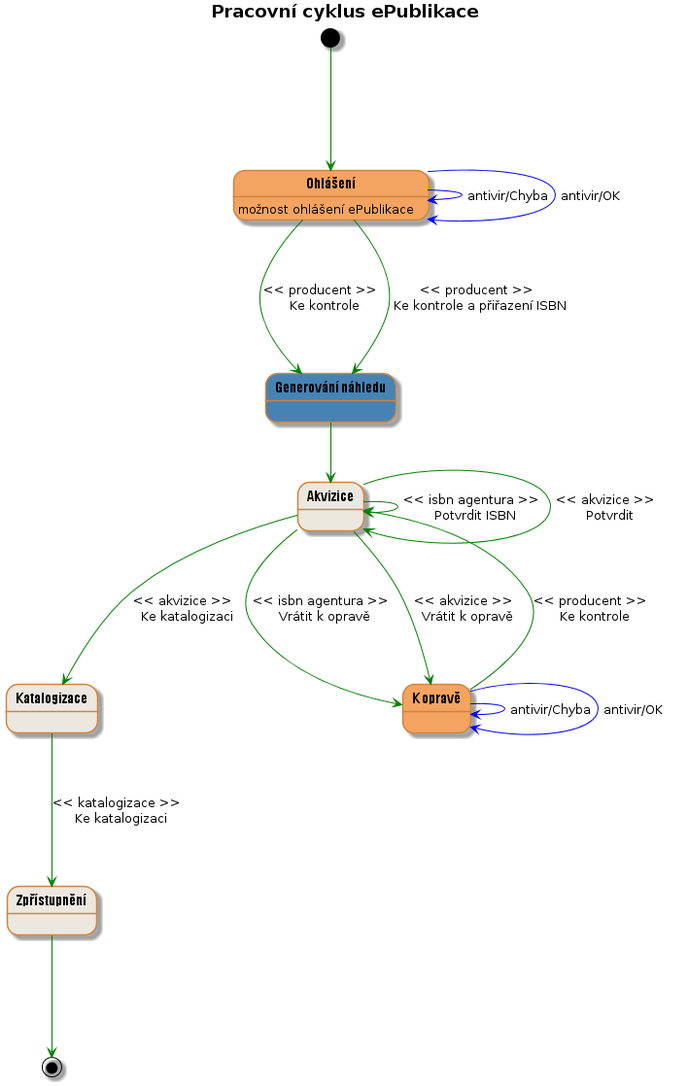
This is docs/wf02.png from edeposit/edeposit.policy, a PlantUML export, as it was before one commit.
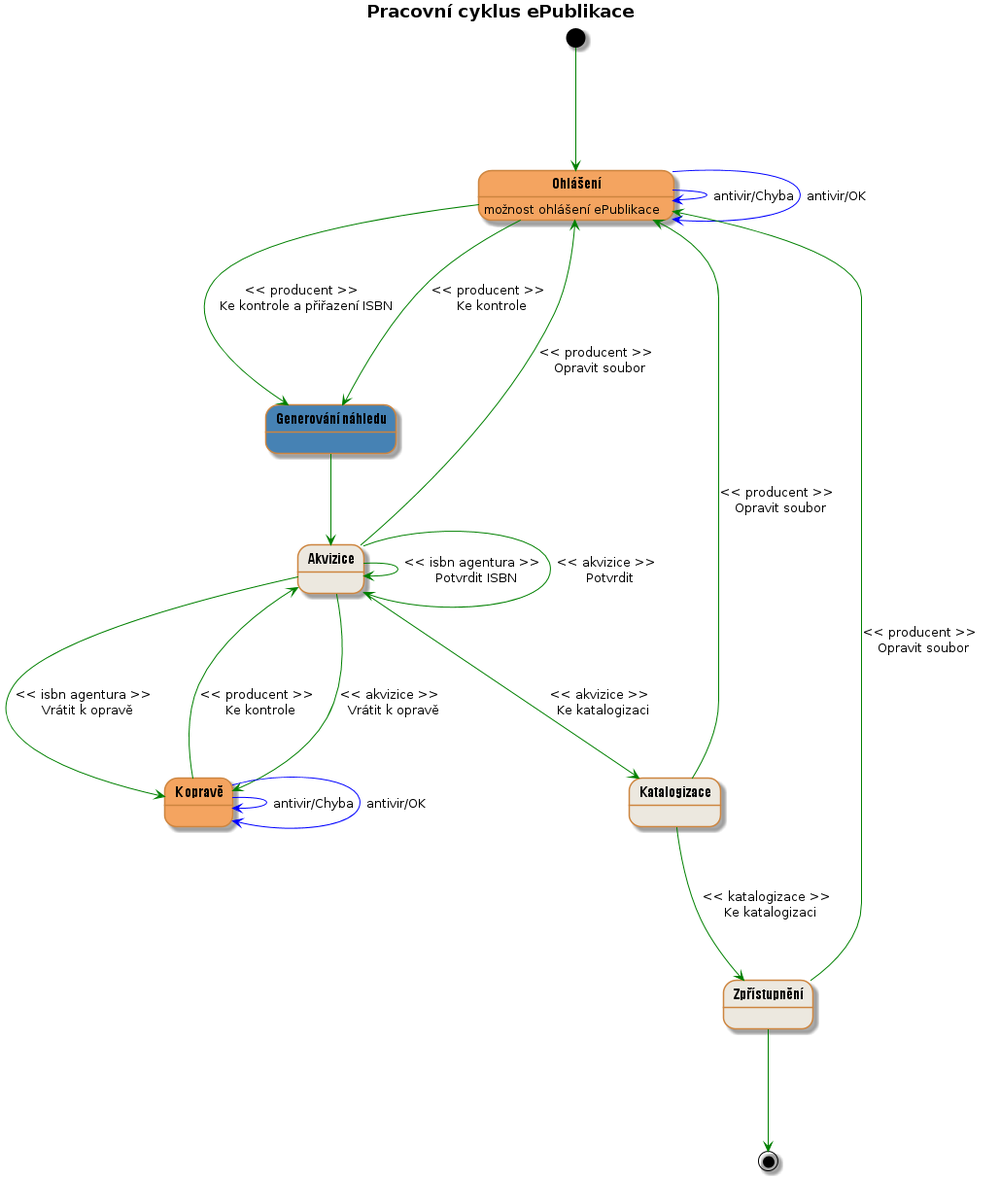
After the change.

Commit message:
added a way to correct file.

Diff of the diagram source:
```diff
@@ -38,5 +38,9 @@
 acquisition ---> catalogization : << akvizice >> \n Ke katalogizaci
 
 catalogization ---> accessing : << katalogizace >> \n Ke katalogizaci
+catalogization ---> declaration : << producent >> \n Opravit soubor
+acquisition ---> declaration : << producent >> \n Opravit soubor
+
+accessing ---> declaration : << producent >> \n Opravit soubor
 accessing ---> [*]
 @enduml
```
